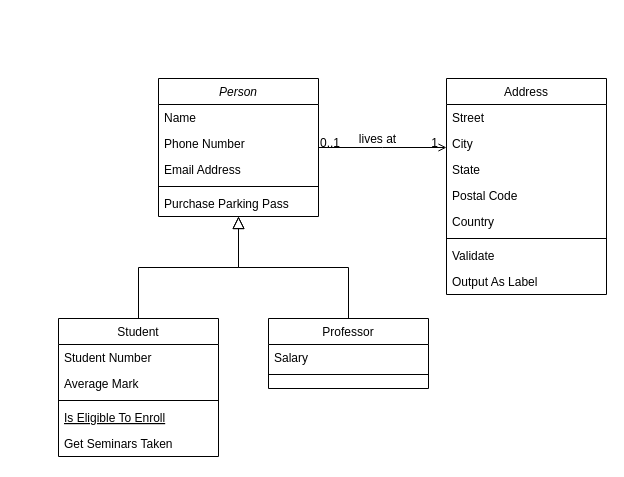
The draw.io diagram Drawio/ClassDiagram.drawio in GermanGebel/GlobalRender, before the edit. Source tidied: cells renumbered, new cells numbered last; positions are measured from the earlier drawing's top-left corner, leaving out a move shared by most shapes. Both pictures are drawn from the tidied source at 100%, with x=0, y=0 at pixel (58, 78).
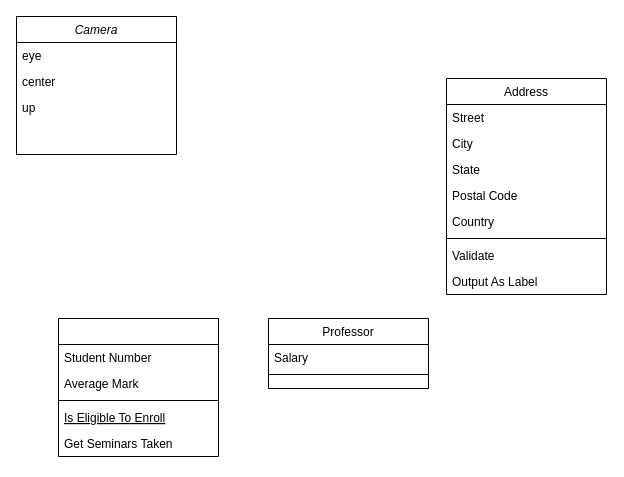
Above is the later version.

Unchanged cells that the change refers to:
```xml
<mxCell id="15" value="Professor" style="swimlane;fontStyle=0;align=center;verticalAlign=top;horizontal=1;startSize=26;rounded=0;shadow=0;strokeWidth=1;" parent="1" vertex="1">
  <mxGeometry x="210" y="240" width="160" height="70" as="geometry" />
</mxCell>
<mxCell id="19" value="Address" style="swimlane;fontStyle=0;align=center;verticalAlign=top;horizontal=1;startSize=26;rounded=0;shadow=0;strokeWidth=1;" parent="1" vertex="1">
  <mxGeometry x="388" width="160" height="216" as="geometry" />
</mxCell>
```

Diff of the diagram source:
```diff
@@
-    <mxCell id="2" value="Person" style="swimlane;fontStyle=2;align=center;verticalAlign=top;horizontal=1;startSize=26;rounded=0;shadow=0;strokeWidth=1;" parent="1" vertex="1">
-      <mxGeometry x="100" width="160" height="138" as="geometry" />
+    <mxCell id="2" value="Camera" style="swimlane;fontStyle=2;align=center;verticalAlign=top;horizontal=1;startSize=26;rounded=0;shadow=0;strokeWidth=1;" parent="1" vertex="1">
+      <mxGeometry x="-42" y="-62" width="160" height="138" as="geometry" />
     </mxCell>
-    <mxCell id="3" value="Name" style="text;align=left;verticalAlign=top;spacingLeft=4;spacingRight=4;overflow=hidden;" parent="2" vertex="1">
+    <mxCell id="3" value="eye" style="text;align=left;verticalAlign=top;spacingLeft=4;spacingRight=4;overflow=hidden;" parent="2" vertex="1">
       <mxGeometry y="26" width="160" height="26" as="geometry" />
     </mxCell>
-    <mxCell id="4" value="Phone Number" style="text;align=left;verticalAlign=top;spacingLeft=4;spacingRight=4;overflow=hidden;rounded=0;shadow=0;html=0;" parent="2" vertex="1">
+    <mxCell id="4" value="center&#10;" style="text;align=left;verticalAlign=top;spacingLeft=4;spacingRight=4;overflow=hidden;rounded=0;shadow=0;html=0;" parent="2" vertex="1">
       <mxGeometry y="52" width="160" height="26" as="geometry" />
     </mxCell>
-    <mxCell id="5" value="Email Address" style="text;align=left;verticalAlign=top;spacingLeft=4;spacingRight=4;overflow=hidden;rounded=0;shadow=0;html=0;" parent="2" vertex="1">
+    <mxCell id="5" value="up&#10;" style="text;align=left;verticalAlign=top;spacingLeft=4;spacingRight=4;overflow=hidden;rounded=0;shadow=0;html=0;" parent="2" vertex="1">
       <mxGeometry y="78" width="160" height="26" as="geometry" />
     </mxCell>
-    <mxCell id="6" style="line;html=1;strokeWidth=1;align=left;verticalAlign=middle;spacingTop=-1;spacingLeft=3;spacingRight=3;labelPosition=right;" parent="2" vertex="1">
-      <mxGeometry y="104" width="160" height="8" as="geometry" />
-    </mxCell>
-    <mxCell id="7" value="Purchase Parking Pass" style="text;align=left;verticalAlign=top;spacingLeft=4;spacingRight=4;overflow=hidden;" parent="2" vertex="1">
-      <mxGeometry y="112" width="160" height="26" as="geometry" />
-    </mxCell>
-    <mxCell id="8" value="Student" style="swimlane;fontStyle=0;align=center;verticalAlign=top;horizontal=1;startSize=26;rounded=0;shadow=0;strokeWidth=1;" parent="1" vertex="1">
+    <mxCell id="8" style="swimlane;fontStyle=0;align=center;verticalAlign=top;horizontal=1;startSize=26;rounded=0;shadow=0;strokeWidth=1;" parent="1" vertex="1">
       <mxGeometry y="240" width="160" height="138" as="geometry" />
     </mxCell>
@@
-    <mxCell id="14" style="endArrow=block;endSize=10;endFill=0;shadow=0;strokeWidth=1;rounded=0;edgeStyle=elbowEdgeStyle;elbow=vertical;" parent="1" edge="1" source="8" target="2">
-      <mxGeometry relative="1" as="geometry" />
-    </mxCell>
@@
-    <mxCell id="18" style="endArrow=block;endSize=10;endFill=0;shadow=0;strokeWidth=1;rounded=0;edgeStyle=elbowEdgeStyle;elbow=vertical;" parent="1" edge="1" source="15" target="2">
-      <mxGeometry relative="1" as="geometry" />
-    </mxCell>
@@
-    <mxCell id="28" style="endArrow=open;shadow=0;strokeWidth=1;rounded=0;endFill=1;edgeStyle=elbowEdgeStyle;elbow=vertical;" parent="1" edge="1" source="2" target="19">
-      <mxGeometry x="0.5" y="41" relative="1" as="geometry">
-        <mxPoint x="-40" y="32" as="offset" />
-      </mxGeometry>
-    </mxCell>
-    <mxCell id="29" value="0..1" style="align=left;verticalAlign=bottom;labelBackgroundColor=none;fontSize=12;" parent="28" vertex="1">
-      <mxGeometry x="-1" relative="1" as="geometry">
-        <mxPoint y="4" as="offset" />
-      </mxGeometry>
-    </mxCell>
-    <mxCell id="30" value="1" style="align=right;verticalAlign=bottom;labelBackgroundColor=none;fontSize=12;" parent="28" vertex="1">
-      <mxGeometry x="1" relative="1" as="geometry">
-        <mxPoint x="-7" y="4" as="offset" />
-      </mxGeometry>
-    </mxCell>
-    <mxCell id="31" value="lives at" style="text;html=1;align=center;verticalAlign=middle;labelBackgroundColor=none;rounded=0;shadow=0;strokeWidth=1;fontSize=12;" parent="28" vertex="1">
-      <mxGeometry x="0.5" y="49" relative="1" as="geometry">
-        <mxPoint x="-38" y="40" as="offset" />
-      </mxGeometry>
-    </mxCell>
```
